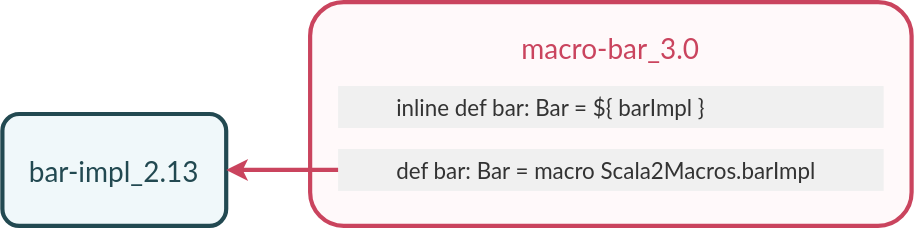
The draw.io diagram docs/assets/compatibility/sharedMacroAPI.svg in scalacenter/scala-3-migration-guide, before a commit. Source tidied: cells renumbered, new cells last; positions are measured from the earlier drawing's top-left corner, leaving out a move shared by most shapes. Its diagram source:
```xml
<mxGraphModel>
  <root>
    <mxCell id="0" />
    <mxCell id="1" parent="0" />
    <mxCell id="2" value="&lt;div&gt;&lt;font style=&quot;font-size: 20px&quot; color=&quot;#CA445E&quot;&gt;macro-bar_3.0&lt;/font&gt;&lt;/div&gt;&lt;div&gt;&lt;font style=&quot;font-size: 20px&quot; color=&quot;#CA445E&quot;&gt;&lt;br&gt;&lt;/font&gt;&lt;/div&gt;&lt;div&gt;&lt;font style=&quot;font-size: 20px&quot; color=&quot;#CA445E&quot;&gt;&lt;br&gt;&lt;/font&gt;&lt;/div&gt;&lt;div&gt;&lt;font style=&quot;font-size: 20px&quot; color=&quot;#CA445E&quot;&gt;&lt;br&gt;&lt;/font&gt;&lt;/div&gt;&lt;div&gt;&lt;font style=&quot;font-size: 20px&quot; color=&quot;#CA445E&quot;&gt;&lt;br&gt;&lt;/font&gt;&lt;/div&gt;" style="rounded=1;whiteSpace=wrap;html=1;fontFamily=Lato;FType=g;strokeWidth=3;strokeColor=#CA445E;fillColor=#FFF9FA;" parent="1" vertex="1">
      <mxGeometry x="220" width="430" height="160" as="geometry" />
    </mxCell>
    <mxCell id="3" value="&lt;font style=&quot;font-size: 20px&quot; color=&quot;#224951&quot;&gt;bar-impl_2.13&lt;/font&gt;" style="rounded=1;whiteSpace=wrap;html=1;fontFamily=Lato;FType=g;strokeWidth=3;strokeColor=#224951;fillColor=#F0F8FA;" parent="1" vertex="1">
      <mxGeometry y="80" width="160" height="80" as="geometry" />
    </mxCell>
    <mxCell id="4" value="&lt;blockquote&gt;&lt;div align=&quot;left&quot;&gt;&lt;font style=&quot;font-size: 16px&quot; face=&quot;Lato&quot;&gt;inline def bar: Bar = ${ barImpl }&lt;/font&gt;&lt;/div&gt;&lt;/blockquote&gt;" style="rounded=0;whiteSpace=wrap;html=1;fontColor=#333333;align=left;strokeColor=none;fillColor=#F0F0F0;" parent="1" vertex="1">
      <mxGeometry x="240" y="60" width="390" height="30" as="geometry" />
    </mxCell>
    <mxCell id="5" value="&lt;blockquote&gt;&lt;div align=&quot;left&quot;&gt;&lt;font style=&quot;font-size: 16px&quot; face=&quot;Lato&quot;&gt;def bar: Bar = macro Scala2Macros.barImpl&lt;br&gt;&lt;/font&gt;&lt;/div&gt;&lt;/blockquote&gt;" style="rounded=0;whiteSpace=wrap;html=1;fontColor=#333333;align=left;strokeColor=none;fillColor=#F0F0F0;" parent="1" vertex="1">
      <mxGeometry x="240" y="105" width="390" height="30" as="geometry" />
    </mxCell>
    <mxCell id="6" style="edgeStyle=orthogonalEdgeStyle;jettySize=auto;html=1;entryX=1;entryY=0.5;entryDx=0;entryDy=0;strokeWidth=3;rounded=0;exitX=0;exitY=0.5;exitDx=0;exitDy=0;strokeColor=#CA445E;" parent="1" edge="1" source="5" target="3">
      <mxGeometry relative="1" as="geometry" />
    </mxCell>
  </root>
</mxGraphModel>
```
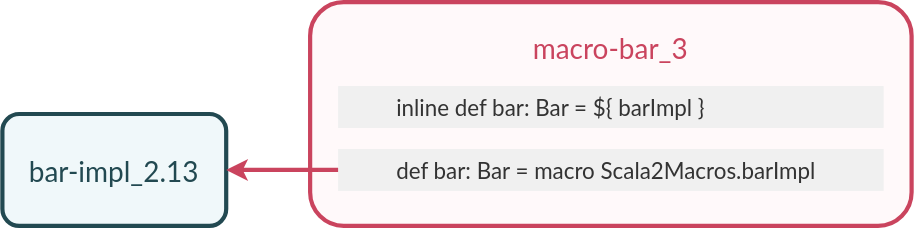
After the change.

Diff of the diagram source:
```diff
@@ -2,7 +2,7 @@
   <root>
     <mxCell id="0" />
     <mxCell id="1" parent="0" />
-    <mxCell id="2" value="&lt;div&gt;&lt;font style=&quot;font-size: 20px&quot; color=&quot;#CA445E&quot;&gt;macro-bar_3.0&lt;/font&gt;&lt;/div&gt;&lt;div&gt;&lt;font style=&quot;font-size: 20px&quot; color=&quot;#CA445E&quot;&gt;&lt;br&gt;&lt;/font&gt;&lt;/div&gt;&lt;div&gt;&lt;font style=&quot;font-size: 20px&quot; color=&quot;#CA445E&quot;&gt;&lt;br&gt;&lt;/font&gt;&lt;/div&gt;&lt;div&gt;&lt;font style=&quot;font-size: 20px&quot; color=&quot;#CA445E&quot;&gt;&lt;br&gt;&lt;/font&gt;&lt;/div&gt;&lt;div&gt;&lt;font style=&quot;font-size: 20px&quot; color=&quot;#CA445E&quot;&gt;&lt;br&gt;&lt;/font&gt;&lt;/div&gt;" style="rounded=1;whiteSpace=wrap;html=1;fontFamily=Lato;FType=g;strokeWidth=3;strokeColor=#CA445E;fillColor=#FFF9FA;" parent="1" vertex="1">
+    <mxCell id="2" value="&lt;div&gt;&lt;font style=&quot;font-size: 20px&quot; color=&quot;#CA445E&quot;&gt;macro-bar_3&lt;/font&gt;&lt;/div&gt;&lt;div&gt;&lt;font style=&quot;font-size: 20px&quot; color=&quot;#CA445E&quot;&gt;&lt;br&gt;&lt;/font&gt;&lt;/div&gt;&lt;div&gt;&lt;font style=&quot;font-size: 20px&quot; color=&quot;#CA445E&quot;&gt;&lt;br&gt;&lt;/font&gt;&lt;/div&gt;&lt;div&gt;&lt;font style=&quot;font-size: 20px&quot; color=&quot;#CA445E&quot;&gt;&lt;br&gt;&lt;/font&gt;&lt;/div&gt;&lt;div&gt;&lt;font style=&quot;font-size: 20px&quot; color=&quot;#CA445E&quot;&gt;&lt;br&gt;&lt;/font&gt;&lt;/div&gt;" style="rounded=1;whiteSpace=wrap;html=1;fontFamily=Lato;FType=g;strokeWidth=3;strokeColor=#CA445E;fillColor=#FFF9FA;" parent="1" vertex="1">
       <mxGeometry x="220" width="430" height="160" as="geometry" />
     </mxCell>
     <mxCell id="3" value="&lt;font style=&quot;font-size: 20px&quot; color=&quot;#224951&quot;&gt;bar-impl_2.13&lt;/font&gt;" style="rounded=1;whiteSpace=wrap;html=1;fontFamily=Lato;FType=g;strokeWidth=3;strokeColor=#224951;fillColor=#F0F8FA;" parent="1" vertex="1">
```
